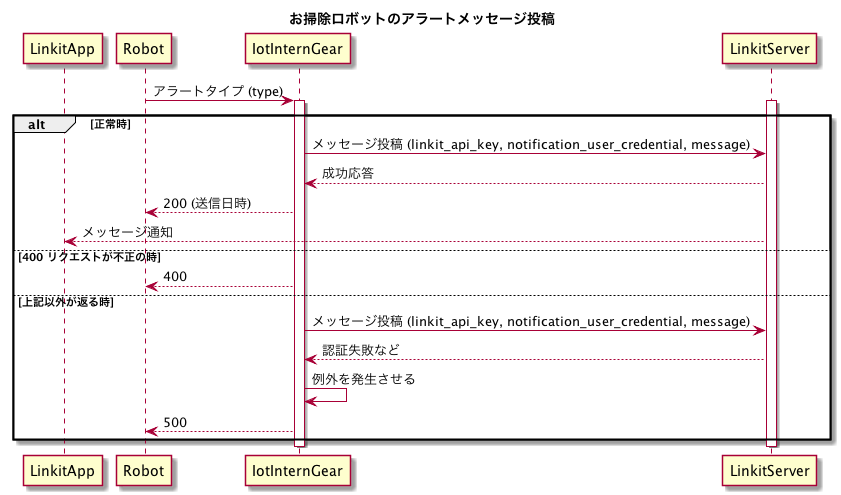
access-company/IoTIntern keeps this PlantUML diagram as doc/SequenceDiagram.png. Above is the earlier version.
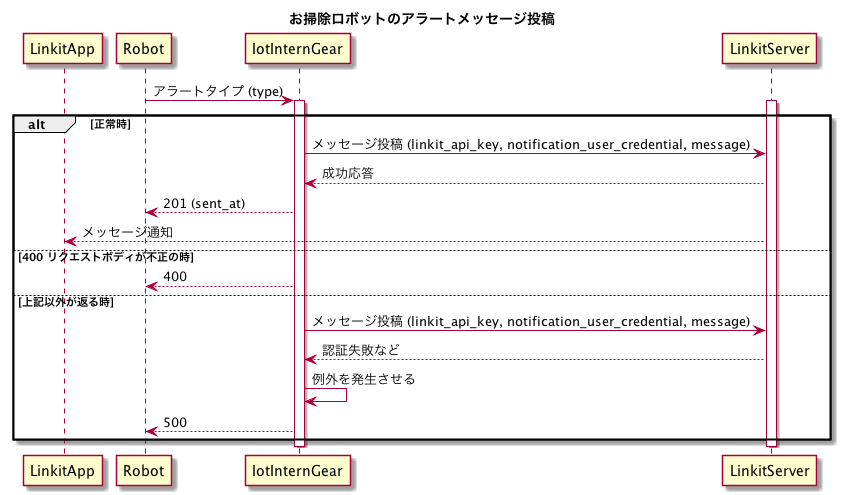
Above is the later version.

What changed in the source:
```diff
@@ -12,9 +12,9 @@
 alt 正常時
     IotInternGear -> LinkitServer: メッセージ投稿 (linkit_api_key, notification_user_credential, message)
     IotInternGear <-- LinkitServer: 成功応答
-    Robot <-- IotInternGear: 200 (送信日時)
+    Robot <-- IotInternGear: 201 (sent_at)
     LinkitApp <-- LinkitServer: メッセージ通知
-else 400 リクエストが不正の時
+else 400 リクエストボディが不正の時
     Robot <-- IotInternGear: 400
 else 上記以外が返る時
     IotInternGear -> LinkitServer: メッセージ投稿 (linkit_api_key, notification_user_credential, message)
```
